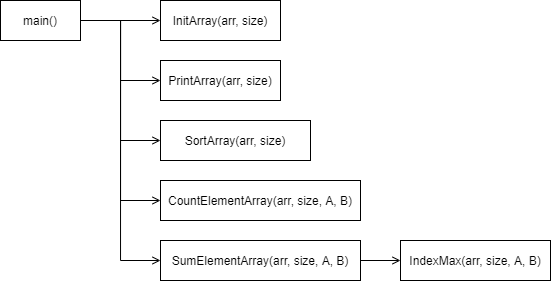
Earlier version of the draw.io export Lab6.4.1/structure.png (fhctyw/Lab6.4). Source tidied: cells renumbered, new cells last; positions are measured from the earlier drawing's top-left corner, leaving out a move shared by most shapes.
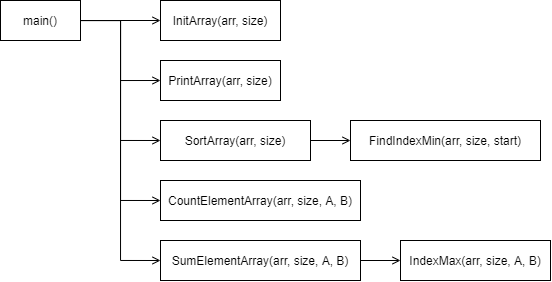
Later version of the same file.

Diff of the diagram source:
```diff
@@ -31,6 +31,9 @@
     <mxCell id="9" value="PrintArray(arr, size)" style="rounded=0;whiteSpace=wrap;html=1;" parent="1" vertex="1">
       <mxGeometry x="160" y="60" width="120" height="40" as="geometry" />
     </mxCell>
+    <mxCell id="15" style="edgeStyle=orthogonalEdgeStyle;rounded=0;jettySize=auto;html=1;entryX=0;entryY=0.5;entryDx=0;entryDy=0;endArrow=open;endFill=0;" parent="1" edge="1" source="10" target="16">
+      <mxGeometry relative="1" as="geometry" />
+    </mxCell>
     <mxCell id="10" value="SortArray(arr, size)" style="rounded=0;whiteSpace=wrap;html=1;" parent="1" vertex="1">
       <mxGeometry x="160" y="120" width="150" height="40" as="geometry" />
     </mxCell>
@@ -46,5 +49,8 @@
     <mxCell id="14" value="IndexMax(arr, size, A, B)" style="rounded=0;whiteSpace=wrap;html=1;" parent="1" vertex="1">
       <mxGeometry x="400" y="240" width="150" height="40" as="geometry" />
     </mxCell>
+    <mxCell id="16" value="FindIndexMin(arr, size, start)" style="rounded=0;whiteSpace=wrap;html=1;" parent="1" vertex="1">
+      <mxGeometry x="350" y="120" width="190" height="40" as="geometry" />
+    </mxCell>
   </root>
 </mxGraphModel>
```
